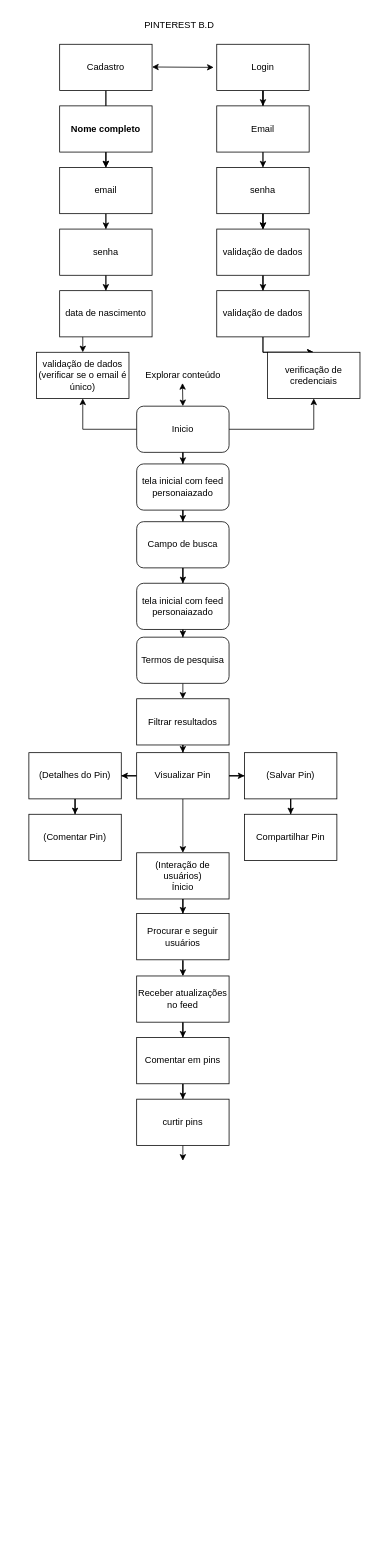
LazaroOne/Atividades keeps this draw.io diagram as Fluxograma - Pinterest.drawio. Above is the earlier version. Source tidied: cells renumbered, new cells numbered last; positions are measured from the earlier drawing's top-left corner, leaving out a move shared by most shapes. Both pictures are drawn from the tidied source at 77%, with x=0, y=0 at pixel (28, 13).
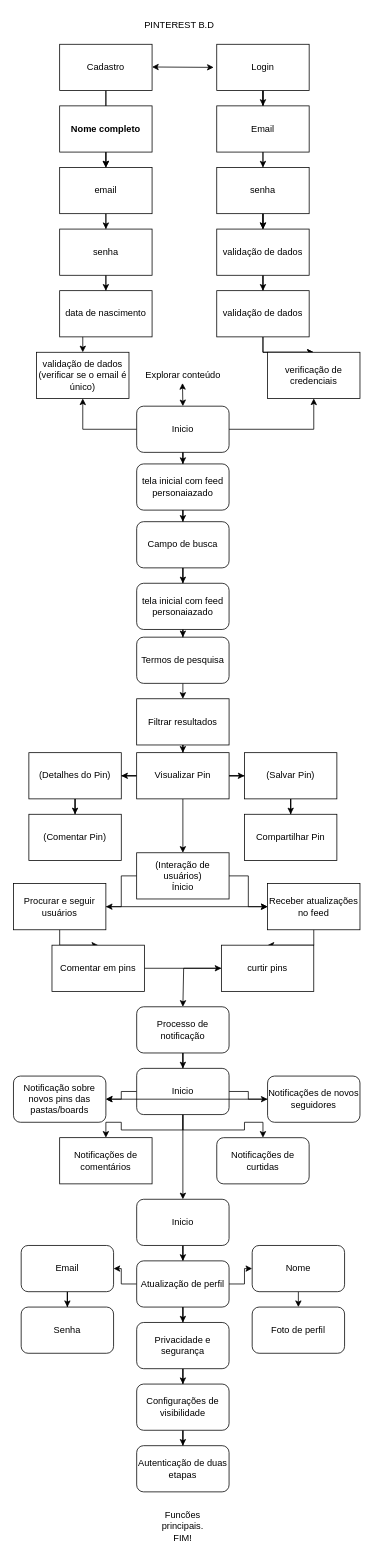
Above is the later version.

Unchanged cells that the change refers to:
```xml
<mxCell id="55" value="(Interação de usuários)&lt;div&gt;Ínicio&lt;/div&gt;" style="rounded=0;whiteSpace=wrap;html=1;" parent="1" vertex="1">
  <mxGeometry x="140" y="1090" width="120" height="60" as="geometry" />
</mxCell>
```

Diff of the diagram source:
```diff
@@
+    <mxCell id="64" style="edgeStyle=orthogonalEdgeStyle;rounded=0;jettySize=auto;html=1;" parent="1" edge="1" source="55" target="59">
+      <mxGeometry relative="1" as="geometry" />
+    </mxCell>
@@
+    <mxCell id="65" style="edgeStyle=orthogonalEdgeStyle;rounded=0;jettySize=auto;html=1;" parent="1" edge="1" source="57" target="61">
+      <mxGeometry relative="1" as="geometry" />
+    </mxCell>
     <mxCell id="57" value="Procurar e seguir usuários" style="rounded=0;whiteSpace=wrap;html=1;" parent="1" vertex="1">
-      <mxGeometry x="140" y="1169" width="120" height="60" as="geometry" />
+      <mxGeometry x="-20" y="1130" width="120" height="60" as="geometry" />
     </mxCell>
-    <mxCell id="58" style="edgeStyle=orthogonalEdgeStyle;rounded=0;jettySize=auto;html=1;" parent="1" edge="1" source="59" target="61">
-      <mxGeometry relative="1" as="geometry" />
-    </mxCell>
+    <mxCell id="66" style="edgeStyle=orthogonalEdgeStyle;rounded=0;jettySize=auto;html=1;" parent="1" edge="1" source="59" target="63">
+      <mxGeometry relative="1" as="geometry" />
+    </mxCell>
     <mxCell id="59" value="Receber atualizações no feed" style="rounded=0;whiteSpace=wrap;html=1;" parent="1" vertex="1">
-      <mxGeometry x="140" y="1250" width="120" height="60" as="geometry" />
+      <mxGeometry x="310" y="1130" width="120" height="60" as="geometry" />
     </mxCell>
@@
     <mxCell id="61" value="Comentar em pins" style="rounded=0;whiteSpace=wrap;html=1;" parent="1" vertex="1">
-      <mxGeometry x="140" y="1330" width="120" height="60" as="geometry" />
+      <mxGeometry x="30" y="1210" width="120" height="60" as="geometry" />
     </mxCell>
     <mxCell id="62" style="edgeStyle=orthogonalEdgeStyle;rounded=0;jettySize=auto;html=1;" parent="1" edge="1" source="63">
       <mxGeometry relative="1" as="geometry">
-        <mxPoint x="200" y="1490" as="targetPoint" />
+        <mxPoint x="200" y="1290" as="targetPoint" />
+        <Array as="points">
+          <mxPoint x="201" y="1240" />
+        </Array>
       </mxGeometry>
     </mxCell>
     <mxCell id="63" value="curtir pins" style="rounded=0;whiteSpace=wrap;html=1;" parent="1" vertex="1">
-      <mxGeometry x="140" y="1410" width="120" height="60" as="geometry" />
+      <mxGeometry x="250" y="1210" width="120" height="60" as="geometry" />
     </mxCell>
+    <mxCell id="67" style="edgeStyle=orthogonalEdgeStyle;rounded=0;jettySize=auto;html=1;" parent="1" edge="1" source="68" target="74">
+      <mxGeometry relative="1" as="geometry" />
+    </mxCell>
+    <mxCell id="68" value="Processo de notificação" style="rounded=1;whiteSpace=wrap;html=1;" parent="1" vertex="1">
+      <mxGeometry x="140" y="1290" width="120" height="60" as="geometry" />
+    </mxCell>
+    <mxCell id="69" style="edgeStyle=orthogonalEdgeStyle;rounded=0;jettySize=auto;html=1;" parent="1" edge="1" source="74" target="76">
+      <mxGeometry relative="1" as="geometry" />
+    </mxCell>
+    <mxCell id="70" style="edgeStyle=orthogonalEdgeStyle;rounded=0;jettySize=auto;html=1;" parent="1" edge="1" source="74" target="77">
+      <mxGeometry relative="1" as="geometry" />
+    </mxCell>
+    <mxCell id="71" style="edgeStyle=orthogonalEdgeStyle;rounded=0;jettySize=auto;html=1;" parent="1" edge="1" source="74" target="78">
+      <mxGeometry relative="1" as="geometry" />
+    </mxCell>
+    <mxCell id="72" style="edgeStyle=orthogonalEdgeStyle;rounded=0;jettySize=auto;html=1;" parent="1" edge="1" source="74" target="79">
+      <mxGeometry relative="1" as="geometry" />
+    </mxCell>
+    <mxCell id="73" style="edgeStyle=orthogonalEdgeStyle;rounded=0;jettySize=auto;html=1;" parent="1" edge="1" source="74" target="81">
+      <mxGeometry relative="1" as="geometry" />
+    </mxCell>
+    <mxCell id="74" value="Inicio" style="rounded=1;whiteSpace=wrap;html=1;" parent="1" vertex="1">
+      <mxGeometry x="140" y="1370" width="120" height="60" as="geometry" />
+    </mxCell>
+    <mxCell id="75" style="edgeStyle=orthogonalEdgeStyle;rounded=0;jettySize=auto;html=1;" parent="1" edge="1" source="76" target="77">
+      <mxGeometry relative="1" as="geometry" />
+    </mxCell>
+    <mxCell id="76" value="Notificações de novos seguidores" style="rounded=1;whiteSpace=wrap;html=1;" parent="1" vertex="1">
+      <mxGeometry x="310" y="1380" width="120" height="60" as="geometry" />
+    </mxCell>
+    <mxCell id="77" value="Notificação sobre novos pins das pastas/boards" style="rounded=1;whiteSpace=wrap;html=1;" parent="1" vertex="1">
+      <mxGeometry x="-20" y="1380" width="120" height="60" as="geometry" />
+    </mxCell>
+    <mxCell id="78" value="Notificações de comentários" style="rounded=0;whiteSpace=wrap;html=1;" parent="1" vertex="1">
+      <mxGeometry x="40" y="1460" width="120" height="60" as="geometry" />
+    </mxCell>
+    <mxCell id="79" value="Notificações de curtidas" style="rounded=1;whiteSpace=wrap;html=1;" parent="1" vertex="1">
+      <mxGeometry x="244" y="1460" width="120" height="60" as="geometry" />
+    </mxCell>
+    <mxCell id="80" style="edgeStyle=orthogonalEdgeStyle;rounded=0;jettySize=auto;html=1;" parent="1" edge="1" source="81" target="85">
+      <mxGeometry relative="1" as="geometry" />
+    </mxCell>
+    <mxCell id="81" value="Inicio" style="rounded=1;whiteSpace=wrap;html=1;" parent="1" vertex="1">
+      <mxGeometry x="140" y="1540" width="120" height="60" as="geometry" />
+    </mxCell>
+    <mxCell id="82" style="edgeStyle=orthogonalEdgeStyle;rounded=0;jettySize=auto;html=1;" parent="1" edge="1" source="85" target="87">
+      <mxGeometry relative="1" as="geometry" />
+    </mxCell>
+    <mxCell id="83" style="edgeStyle=orthogonalEdgeStyle;rounded=0;jettySize=auto;html=1;" parent="1" edge="1" source="85" target="89">
+      <mxGeometry relative="1" as="geometry" />
+    </mxCell>
+    <mxCell id="84" style="edgeStyle=orthogonalEdgeStyle;rounded=0;jettySize=auto;html=1;" parent="1" edge="1" source="85" target="93">
+      <mxGeometry relative="1" as="geometry" />
+    </mxCell>
+    <mxCell id="85" value="Atualização de perfil" style="rounded=1;whiteSpace=wrap;html=1;" parent="1" vertex="1">
+      <mxGeometry x="140" y="1620" width="120" height="60" as="geometry" />
+    </mxCell>
+    <mxCell id="86" style="edgeStyle=orthogonalEdgeStyle;rounded=0;jettySize=auto;html=1;" parent="1" edge="1" source="87">
+      <mxGeometry relative="1" as="geometry">
+        <mxPoint x="350" y="1680" as="targetPoint" />
+      </mxGeometry>
+    </mxCell>
+    <mxCell id="87" value="Nome" style="rounded=1;whiteSpace=wrap;html=1;" parent="1" vertex="1">
+      <mxGeometry x="290" y="1600" width="120" height="60" as="geometry" />
+    </mxCell>
+    <mxCell id="88" style="edgeStyle=orthogonalEdgeStyle;rounded=0;jettySize=auto;html=1;" parent="1" edge="1" source="89" target="90">
+      <mxGeometry relative="1" as="geometry" />
+    </mxCell>
+    <mxCell id="89" value="Email" style="rounded=1;whiteSpace=wrap;html=1;" parent="1" vertex="1">
+      <mxGeometry x="-10" y="1600" width="120" height="60" as="geometry" />
+    </mxCell>
+    <mxCell id="90" value="Senha" style="rounded=1;whiteSpace=wrap;html=1;" parent="1" vertex="1">
+      <mxGeometry x="-10" y="1680" width="120" height="60" as="geometry" />
+    </mxCell>
+    <mxCell id="91" value="Foto de perfil" style="rounded=1;whiteSpace=wrap;html=1;" parent="1" vertex="1">
+      <mxGeometry x="290" y="1680" width="120" height="60" as="geometry" />
+    </mxCell>
+    <mxCell id="92" style="edgeStyle=orthogonalEdgeStyle;rounded=0;jettySize=auto;html=1;" parent="1" edge="1" source="93" target="95">
+      <mxGeometry relative="1" as="geometry" />
+    </mxCell>
+    <mxCell id="93" value="Privacidade e segurança" style="rounded=1;whiteSpace=wrap;html=1;" parent="1" vertex="1">
+      <mxGeometry x="140" y="1700" width="120" height="60" as="geometry" />
+    </mxCell>
+    <mxCell id="94" style="edgeStyle=orthogonalEdgeStyle;rounded=0;jettySize=auto;html=1;" parent="1" edge="1" source="95" target="96">
+      <mxGeometry relative="1" as="geometry" />
+    </mxCell>
+    <mxCell id="95" value="Configurações de visibilidade" style="rounded=1;whiteSpace=wrap;html=1;" parent="1" vertex="1">
+      <mxGeometry x="140" y="1780" width="120" height="60" as="geometry" />
+    </mxCell>
+    <mxCell id="96" value="Autenticação de duas etapas" style="rounded=1;whiteSpace=wrap;html=1;" parent="1" vertex="1">
+      <mxGeometry x="140" y="1860" width="120" height="60" as="geometry" />
+    </mxCell>
+    <mxCell id="97" value="Funcões principais.&lt;br&gt;FIM!" style="text;strokeColor=none;align=center;fillColor=none;html=1;verticalAlign=middle;whiteSpace=wrap;rounded=0;" parent="1" vertex="1">
+      <mxGeometry x="170" y="1950" width="60" height="30" as="geometry" />
+    </mxCell>
```
